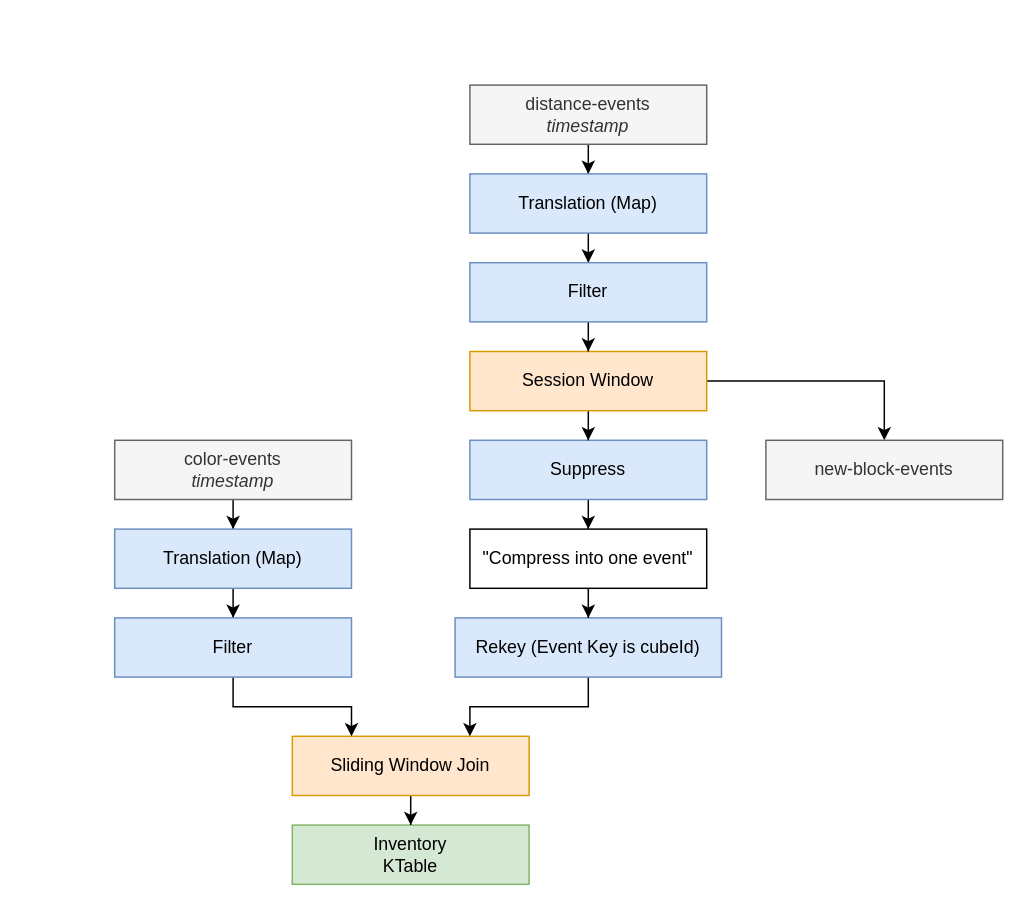
Earlier version of the draw.io diagram page "BlockColorTopology" (1 of 2) of doc/images/graphs/kafka-streaming-topology.drawio (ielpo/edpo-project-group1). Source tidied: cells renumbered, new cells numbered last; positions are measured from the earlier drawing's top-left corner, leaving out a move shared by most shapes. Both pictures are drawn from the tidied source at 148%, with x=0, y=0 at pixel (114, 84).
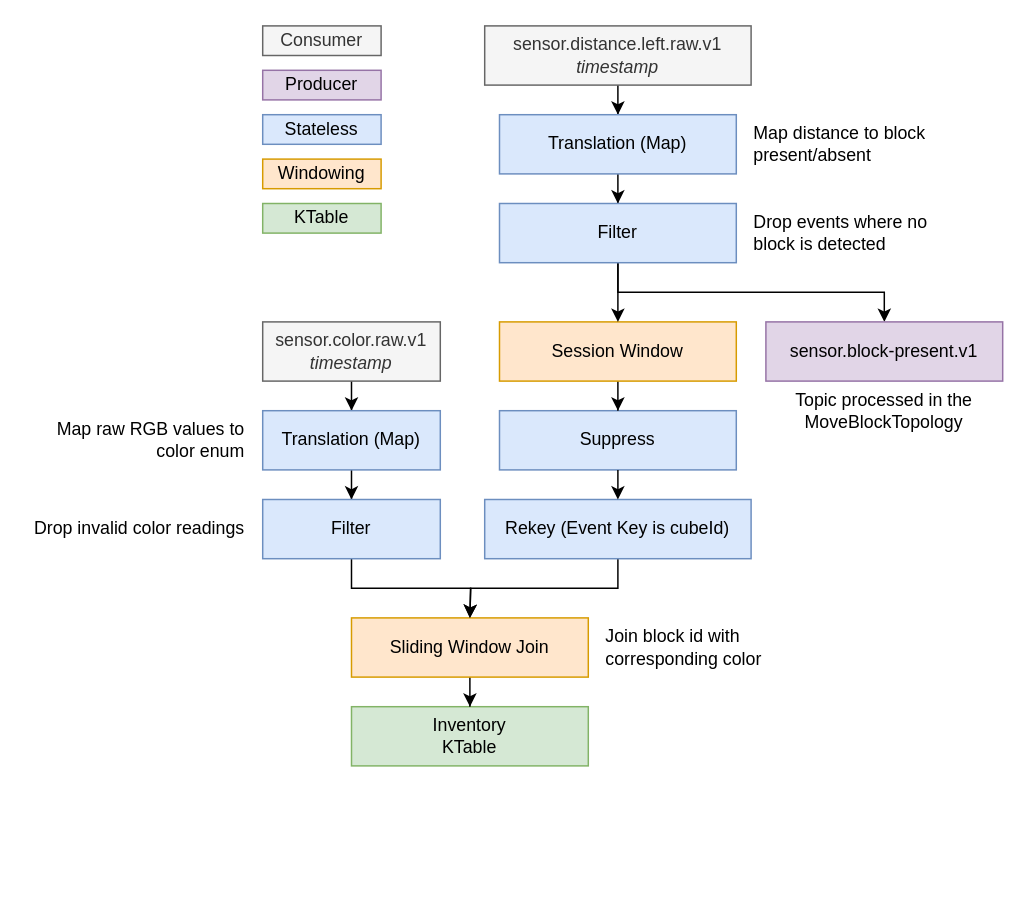
After the change.

Commit message (it also covers changes not shown here):
Add second topology

What changed in the source:
```diff
@@
-    <mxCell id="3" value="distance-events&lt;br&gt;&lt;i&gt;timestamp&lt;/i&gt;" style="whiteSpace=wrap;html=1;fillColor=#f5f5f5;fontColor=#333333;strokeColor=#666666;" parent="1" vertex="1">
-      <mxGeometry x="240" width="160" height="40" as="geometry" />
+    <mxCell id="3" value="sensor.distance.left.raw.v1&lt;br&gt;&lt;i&gt;timestamp&lt;/i&gt;" style="whiteSpace=wrap;html=1;fillColor=#f5f5f5;fontColor=#333333;strokeColor=#666666;" parent="1" vertex="1">
+      <mxGeometry x="250" y="-40" width="180" height="40" as="geometry" />
     </mxCell>
-    <mxCell id="4" style="edgeStyle=orthogonalEdgeStyle;rounded=0;jettySize=auto;html=1;entryX=0.5;entryY=0;entryDx=0;entryDy=0;" parent="1" edge="1" source="5" target="25">
-      <mxGeometry relative="1" as="geometry" />
-    </mxCell>
     <mxCell id="5" value="Suppress" style="whiteSpace=wrap;html=1;fillColor=#dae8fc;strokeColor=#6c8ebf;" parent="1" vertex="1">
-      <mxGeometry x="240" y="240" width="160" height="40" as="geometry" />
+      <mxGeometry x="260" y="220" width="160" height="40" as="geometry" />
     </mxCell>
@@
-    <mxCell id="7" value="color-events&lt;div&gt;&lt;i&gt;timestamp&lt;/i&gt;&lt;/div&gt;" style="whiteSpace=wrap;html=1;fillColor=#f5f5f5;fontColor=#333333;strokeColor=#666666;" parent="1" vertex="1">
-      <mxGeometry y="240" width="160" height="40" as="geometry" />
+    <mxCell id="7" value="sensor.color.raw.v1&lt;br&gt;&lt;div&gt;&lt;i&gt;timestamp&lt;/i&gt;&lt;/div&gt;" style="whiteSpace=wrap;html=1;fillColor=#f5f5f5;fontColor=#333333;strokeColor=#666666;" parent="1" vertex="1">
+      <mxGeometry x="100" y="160" width="120" height="40" as="geometry" />
     </mxCell>
     <mxCell id="8" value="Inventory&lt;div&gt;&lt;span style=&quot;background-color: transparent; color: light-dark(rgb(0, 0, 0), rgb(255, 255, 255));&quot;&gt;KTable&lt;/span&gt;&lt;/div&gt;" style="whiteSpace=wrap;html=1;fillColor=#d5e8d4;strokeColor=#82b366;" parent="1" vertex="1">
-      <mxGeometry x="120" y="500" width="160" height="40" as="geometry" />
+      <mxGeometry x="160" y="420" width="160" height="40" as="geometry" />
     </mxCell>
@@
     <mxCell id="10" value="Sliding Window Join" style="whiteSpace=wrap;html=1;fillColor=#ffe6cc;strokeColor=#d79b00;" parent="1" vertex="1">
-      <mxGeometry x="120" y="440" width="160" height="40" as="geometry" />
+      <mxGeometry x="160" y="360" width="160" height="40" as="geometry" />
     </mxCell>
@@
     <mxCell id="12" value="Translation (Map)" style="whiteSpace=wrap;html=1;fillColor=#dae8fc;strokeColor=#6c8ebf;" parent="1" vertex="1">
-      <mxGeometry y="300" width="160" height="40" as="geometry" />
+      <mxGeometry x="100" y="220" width="120" height="40" as="geometry" />
     </mxCell>
-    <mxCell id="13" style="edgeStyle=orthogonalEdgeStyle;rounded=0;jettySize=auto;html=1;entryX=0.25;entryY=0;entryDx=0;entryDy=0;" parent="1" edge="1" source="14" target="10">
-      <mxGeometry relative="1" as="geometry" />
-    </mxCell>
+    <mxCell id="27" style="edgeStyle=orthogonalEdgeStyle;rounded=0;jettySize=auto;html=1;exitX=0.5;exitY=1;exitDx=0;exitDy=0;" parent="1" edge="1" source="14">
+      <mxGeometry relative="1" as="geometry">
+        <mxPoint x="240" y="360" as="targetPoint" />
+      </mxGeometry>
+    </mxCell>
     <mxCell id="14" value="Filter" style="whiteSpace=wrap;html=1;fillColor=#dae8fc;strokeColor=#6c8ebf;" parent="1" vertex="1">
-      <mxGeometry y="360" width="160" height="40" as="geometry" />
+      <mxGeometry x="100" y="280" width="120" height="40" as="geometry" />
     </mxCell>
@@
     <mxCell id="16" value="Translation (Map)" style="whiteSpace=wrap;html=1;fillColor=#dae8fc;strokeColor=#6c8ebf;" parent="1" vertex="1">
-      <mxGeometry x="240" y="60" width="160" height="40" as="geometry" />
+      <mxGeometry x="260" y="20" width="160" height="40" as="geometry" />
     </mxCell>
@@
-    <mxCell id="18" style="edgeStyle=orthogonalEdgeStyle;rounded=0;jettySize=auto;html=1;entryX=0.5;entryY=0;entryDx=0;entryDy=0;" parent="1" edge="1" source="19" target="26">
-      <mxGeometry relative="1" as="geometry" />
+    <mxCell id="18" style="edgeStyle=orthogonalEdgeStyle;rounded=0;jettySize=auto;html=1;entryX=0.5;entryY=0;entryDx=0;entryDy=0;exitX=0.5;exitY=1;exitDx=0;exitDy=0;" parent="1" edge="1" source="21" target="26">
+      <mxGeometry relative="1" as="geometry">
+        <Array as="points">
+          <mxPoint x="340" y="140" />
+          <mxPoint x="520" y="140" />
+        </Array>
+      </mxGeometry>
     </mxCell>
     <mxCell id="19" value="Session Window" style="whiteSpace=wrap;html=1;fillColor=#ffe6cc;strokeColor=#d79b00;" parent="1" vertex="1">
-      <mxGeometry x="240" y="180" width="160" height="40" as="geometry" />
+      <mxGeometry x="260" y="160" width="160" height="40" as="geometry" />
     </mxCell>
@@
     <mxCell id="21" value="Filter" style="whiteSpace=wrap;html=1;fillColor=#dae8fc;strokeColor=#6c8ebf;" parent="1" vertex="1">
-      <mxGeometry x="240" y="120" width="160" height="40" as="geometry" />
+      <mxGeometry x="260" y="80" width="160" height="40" as="geometry" />
     </mxCell>
-    <mxCell id="22" style="edgeStyle=orthogonalEdgeStyle;rounded=0;jettySize=auto;html=1;entryX=0.75;entryY=0;entryDx=0;entryDy=0;exitX=0.5;exitY=1;exitDx=0;exitDy=0;" parent="1" edge="1" source="23" target="10">
-      <mxGeometry relative="1" as="geometry">
-        <Array as="points">
-          <mxPoint x="320" y="420" />
-          <mxPoint x="240" y="420" />
-        </Array>
-      </mxGeometry>
-    </mxCell>
+    <mxCell id="28" style="edgeStyle=orthogonalEdgeStyle;rounded=0;jettySize=auto;html=1;exitX=0.5;exitY=1;exitDx=0;exitDy=0;" parent="1" edge="1" source="23">
+      <mxGeometry relative="1" as="geometry">
+        <mxPoint x="240" y="360" as="targetPoint" />
+      </mxGeometry>
+    </mxCell>
     <mxCell id="23" value="Rekey (Event Key is cubeId)" style="whiteSpace=wrap;html=1;fillColor=#dae8fc;strokeColor=#6c8ebf;" parent="1" vertex="1">
-      <mxGeometry x="230" y="360" width="180" height="40" as="geometry" />
+      <mxGeometry x="250" y="280" width="180" height="40" as="geometry" />
     </mxCell>
-    <mxCell id="24" style="edgeStyle=orthogonalEdgeStyle;rounded=0;jettySize=auto;html=1;entryX=0.5;entryY=0;entryDx=0;entryDy=0;" parent="1" edge="1" source="25" target="23">
+    <mxCell id="24" style="edgeStyle=orthogonalEdgeStyle;rounded=0;jettySize=auto;html=1;entryX=0.5;entryY=0;entryDx=0;entryDy=0;exitX=0.5;exitY=1;exitDx=0;exitDy=0;" parent="1" edge="1" source="5" target="23">
       <mxGeometry relative="1" as="geometry" />
     </mxCell>
-    <mxCell id="25" value="&quot;Compress into one event&quot;" style="whiteSpace=wrap;html=1;" parent="1" vertex="1">
-      <mxGeometry x="240" y="300" width="160" height="40" as="geometry" />
-    </mxCell>
-    <mxCell id="26" value="new-block-events" style="whiteSpace=wrap;html=1;fillColor=#f5f5f5;fontColor=#333333;strokeColor=#666666;" parent="1" vertex="1">
-      <mxGeometry x="440" y="240" width="160" height="40" as="geometry" />
+    <mxCell id="26" value="sensor.block-present.v1" style="whiteSpace=wrap;html=1;fillColor=#e1d5e7;strokeColor=#9673a6;" parent="1" vertex="1">
+      <mxGeometry x="440" y="160" width="160" height="40" as="geometry" />
     </mxCell>
+    <mxCell id="29" value="Topic processed in the MoveBlockTopology" style="text;html=1;whiteSpace=wrap;strokeColor=none;fillColor=none;align=center;verticalAlign=middle;rounded=0;" parent="1" vertex="1">
+      <mxGeometry x="440" y="200" width="160" height="40" as="geometry" />
+    </mxCell>
+    <mxCell id="30" value="Drop events where no block is detected" style="text;html=1;whiteSpace=wrap;strokeColor=none;fillColor=none;align=left;verticalAlign=middle;rounded=0;" parent="1" vertex="1">
+      <mxGeometry x="430" y="80" width="150" height="40" as="geometry" />
+    </mxCell>
+    <mxCell id="31" value="Map distance to block present/absent" style="text;html=1;whiteSpace=wrap;strokeColor=none;fillColor=none;align=left;verticalAlign=middle;rounded=0;" parent="1" vertex="1">
+      <mxGeometry x="430" y="20" width="150" height="40" as="geometry" />
+    </mxCell>
+    <mxCell id="32" value="Map raw RGB values to color enum" style="text;html=1;whiteSpace=wrap;strokeColor=none;fillColor=none;align=right;verticalAlign=middle;rounded=0;" parent="1" vertex="1">
+      <mxGeometry x="-60" y="220" width="150" height="40" as="geometry" />
+    </mxCell>
+    <mxCell id="33" value="Drop invalid color readings" style="text;html=1;whiteSpace=wrap;strokeColor=none;fillColor=none;align=right;verticalAlign=middle;rounded=0;" parent="1" vertex="1">
+      <mxGeometry x="-60" y="280" width="150" height="40" as="geometry" />
+    </mxCell>
+    <mxCell id="34" value="Join block id with corresponding color" style="text;html=1;whiteSpace=wrap;strokeColor=none;fillColor=none;align=left;verticalAlign=middle;rounded=0;" parent="1" vertex="1">
+      <mxGeometry x="330" y="360" width="150" height="40" as="geometry" />
+    </mxCell>
+    <mxCell id="35" value="&lt;div&gt;&lt;span style=&quot;background-color: transparent; color: light-dark(rgb(0, 0, 0), rgb(255, 255, 255));&quot;&gt;KTable&lt;/span&gt;&lt;/div&gt;" style="whiteSpace=wrap;html=1;fillColor=#d5e8d4;strokeColor=#82b366;" parent="1" vertex="1">
+      <mxGeometry x="100" y="80" width="80" height="20" as="geometry" />
+    </mxCell>
+    <mxCell id="36" value="Consumer" style="whiteSpace=wrap;html=1;fillColor=#f5f5f5;fontColor=#333333;strokeColor=#666666;" parent="1" vertex="1">
+      <mxGeometry x="100" y="-40" width="80" height="20" as="geometry" />
+    </mxCell>
+    <mxCell id="37" value="Producer" style="whiteSpace=wrap;html=1;fillColor=#e1d5e7;strokeColor=#9673a6;" parent="1" vertex="1">
+      <mxGeometry x="100" y="-10" width="80" height="20" as="geometry" />
+    </mxCell>
+    <mxCell id="38" value="Stateless" style="whiteSpace=wrap;html=1;fillColor=#dae8fc;strokeColor=#6c8ebf;" parent="1" vertex="1">
+      <mxGeometry x="100" y="20" width="80" height="20" as="geometry" />
+    </mxCell>
+    <mxCell id="39" value="Windowing" style="whiteSpace=wrap;html=1;fillColor=#ffe6cc;strokeColor=#d79b00;" parent="1" vertex="1">
+      <mxGeometry x="100" y="50" width="80" height="20" as="geometry" />
+    </mxCell>
```
